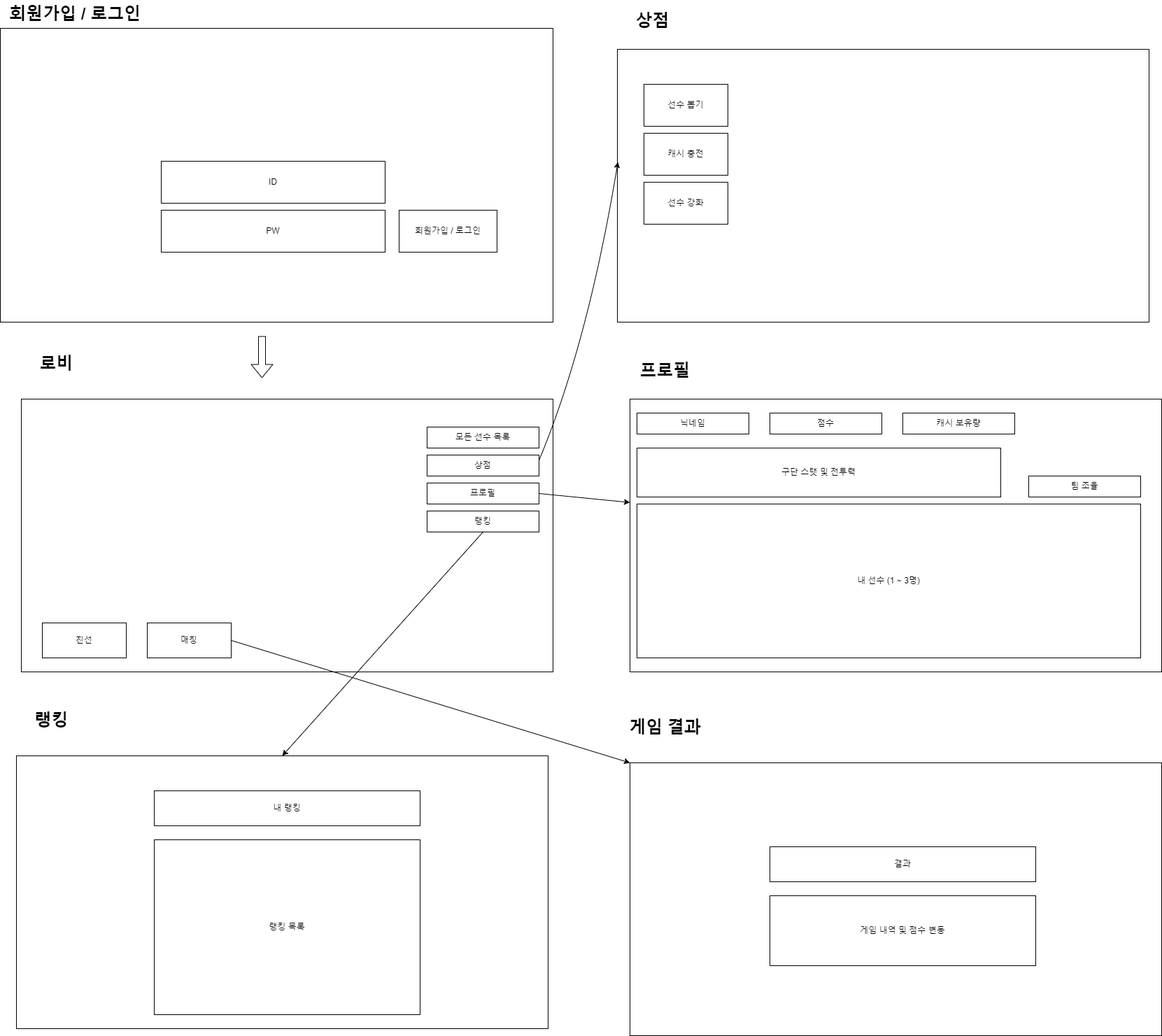
Earlier version of the draw.io export Docs/SIPA.drawio.png (artbiit/SIPA). Source tidied: cells renumbered, new cells last; positions are measured from the earlier drawing's top-left corner, leaving out a move shared by most shapes.
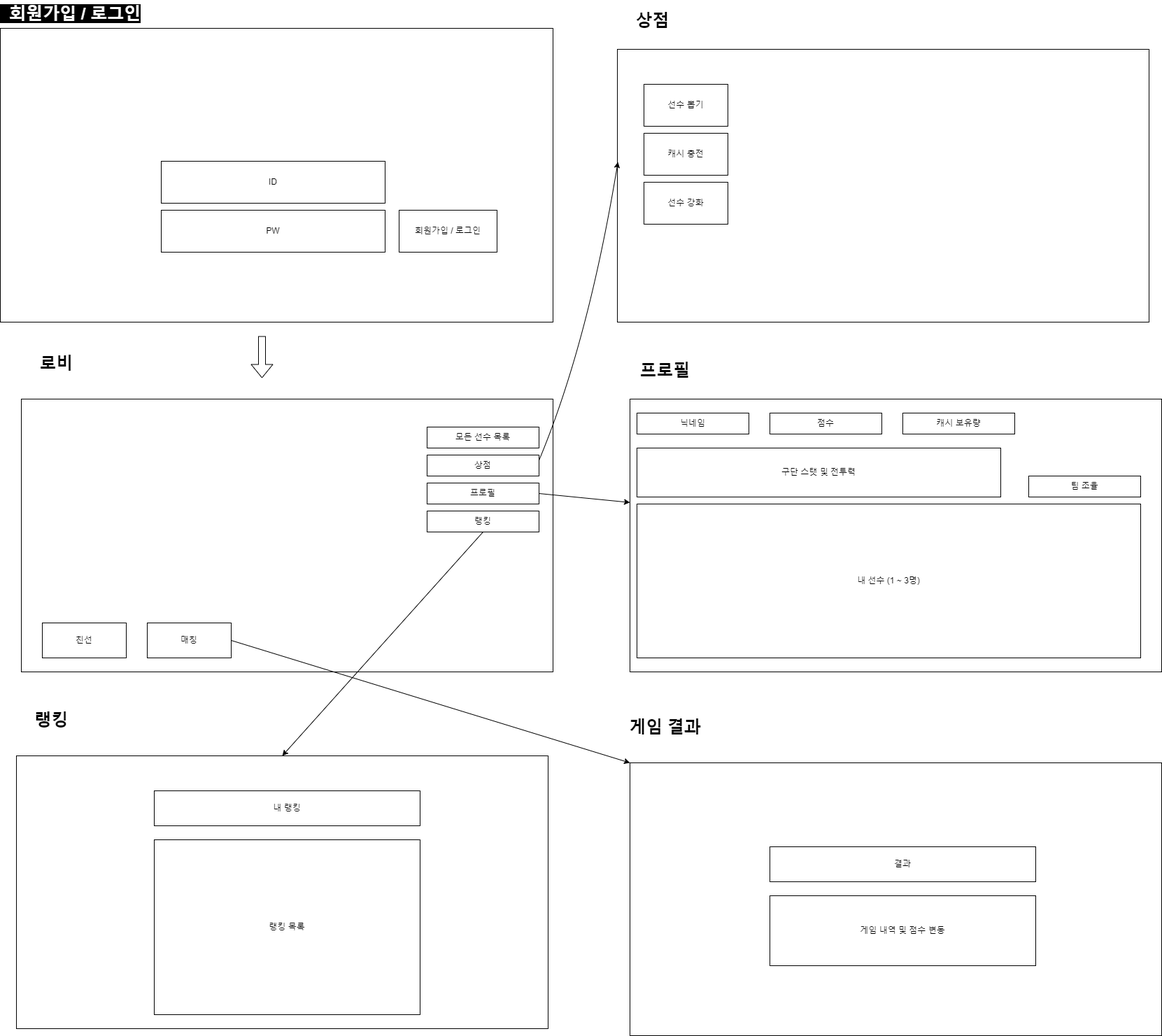
Above is the later version.

The edit, as a diff of the source:
```diff
@@ -2,7 +2,7 @@
   <root>
     <mxCell id="0" />
     <mxCell id="1" parent="0" />
-    <mxCell id="2" value="&amp;nbsp;&lt;span style=&quot;background-color: initial;&quot;&gt;&amp;nbsp;회원가입 / 로그인&lt;/span&gt;" style="text;strokeColor=none;fillColor=none;html=1;fontSize=24;fontStyle=1;verticalAlign=middle;align=center;" parent="1" vertex="1">
+    <mxCell id="2" value="&lt;span style=&quot;background-color: rgb(0, 0, 0);&quot;&gt;&lt;font color=&quot;#ffffff&quot;&gt;&amp;nbsp;&amp;nbsp;회원가입 / 로그인&lt;/font&gt;&lt;/span&gt;" style="text;strokeColor=none;fillColor=none;html=1;fontSize=24;fontStyle=1;verticalAlign=middle;align=center;" parent="1" vertex="1">
       <mxGeometry x="50" width="100" height="40" as="geometry" />
     </mxCell>
     <mxCell id="3" style="rounded=0;whiteSpace=wrap;html=1;" parent="1" vertex="1">
```
